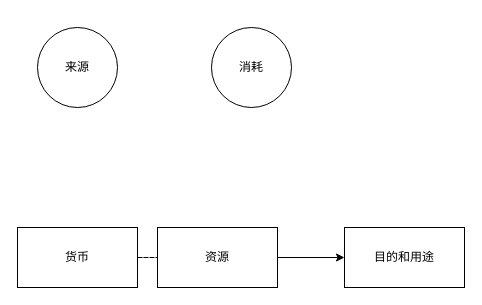
Taaaang/game_design keeps this draw.io diagram as 经济.drawio. Above is the earlier version. Source tidied: cells renumbered, new cells numbered last; positions are measured from the earlier drawing's top-left corner, leaving out a move shared by most shapes. Both pictures are drawn from the tidied source at 100%, with x=0, y=0 at pixel (17, 27).
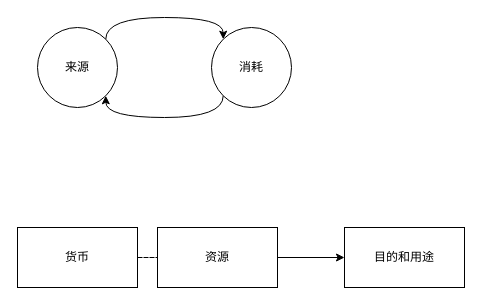
Above is the later version.

The edit, as a diff of the source:
```diff
@@
 <mxGraphModel>
   <root>
     <mxCell id="0" />
     <mxCell id="1" parent="0" />
     <mxCell id="2" style="edgeStyle=orthogonalEdgeStyle;rounded=0;jettySize=auto;html=1;entryX=0;entryY=0.5;entryDx=0;entryDy=0;dashed=1;endArrow=none;endFill=0;" parent="1" edge="1" source="3" target="5">
       <mxGeometry relative="1" as="geometry" />
     </mxCell>
     <mxCell id="3" value="货币" style="rounded=0;whiteSpace=wrap;html=1;" parent="1" vertex="1">
       <mxGeometry y="200" width="120" height="60" as="geometry" />
     </mxCell>
     <mxCell id="4" style="edgeStyle=orthogonalEdgeStyle;rounded=0;jettySize=auto;html=1;exitX=1;exitY=0.5;exitDx=0;exitDy=0;entryX=0;entryY=0.5;entryDx=0;entryDy=0;" parent="1" edge="1" source="5" target="6">
       <mxGeometry relative="1" as="geometry" />
     </mxCell>
     <mxCell id="5" value="资源" style="rounded=0;whiteSpace=wrap;html=1;" parent="1" vertex="1">
       <mxGeometry x="140" y="200" width="120" height="60" as="geometry" />
     </mxCell>
     <mxCell id="6" value="目的和用途" style="rounded=0;whiteSpace=wrap;html=1;" parent="1" vertex="1">
       <mxGeometry x="327" y="200" width="120" height="60" as="geometry" />
     </mxCell>
+    <mxCell id="9" style="edgeStyle=orthogonalEdgeStyle;rounded=0;jettySize=auto;html=1;exitX=1;exitY=0;exitDx=0;exitDy=0;entryX=0;entryY=0;entryDx=0;entryDy=0;curved=1;" parent="1" edge="1" source="7" target="8">
+      <mxGeometry relative="1" as="geometry">
+        <Array as="points">
+          <mxPoint x="88" y="-10" />
+          <mxPoint x="206" y="-10" />
+        </Array>
+      </mxGeometry>
+    </mxCell>
     <mxCell id="7" value="来源" style="ellipse;whiteSpace=wrap;html=1;" parent="1" vertex="1">
       <mxGeometry x="20" width="80" height="80" as="geometry" />
     </mxCell>
+    <mxCell id="10" style="edgeStyle=orthogonalEdgeStyle;rounded=0;jettySize=auto;html=1;exitX=0;exitY=1;exitDx=0;exitDy=0;entryX=1;entryY=1;entryDx=0;entryDy=0;curved=1;" parent="1" edge="1" source="8" target="7">
+      <mxGeometry relative="1" as="geometry">
+        <Array as="points">
+          <mxPoint x="206" y="90" />
+          <mxPoint x="88" y="90" />
+        </Array>
+      </mxGeometry>
+    </mxCell>
     <mxCell id="8" value="消耗" style="ellipse;whiteSpace=wrap;html=1;" parent="1" vertex="1">
       <mxGeometry x="194" width="80" height="80" as="geometry" />
     </mxCell>
   </root>
 </mxGraphModel>
```
